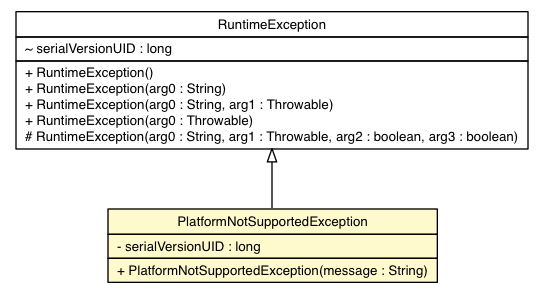
The Graphviz diagram docs/api/ev3dev/hardware/PlatformNotSupportedException.png in ev3dev-lang-java/ev3dev-lang-java, before a commit. Its source is kept beside it as docs/api/ev3dev/hardware/PlatformNotSupportedException.dot.
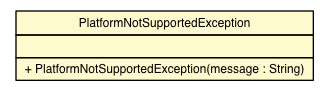
After the change.

What changed in the source:
```diff
@@ -4,31 +4,15 @@
 	node [fontname="Helvetica",fontsize=10,shape=plaintext];
 	nodesep=0.25;
 	ranksep=0.5;
-	c5591 [label=<<table title="ev3dev.hardware.PlatformNotSupportedException" border="0" cellborder="1" cellspacing="0" cellpadding="2" port="p" bgcolor="lemonChiffon" href="./PlatformNotSupportedException.html">
+	c5595 [label=<<table title="ev3dev.hardware.PlatformNotSupportedException" border="0" cellborder="1" cellspacing="0" cellpadding="2" port="p" bgcolor="lemonChiffon" href="./PlatformNotSupportedException.html">
 		<tr><td><table border="0" cellspacing="0" cellpadding="1">
 <tr><td align="center" balign="center"> PlatformNotSupportedException </td></tr>
 		</table></td></tr>
 		<tr><td><table border="0" cellspacing="0" cellpadding="1">
-<tr><td align="left" balign="left"> - serialVersionUID : long </td></tr>
+<tr><td align="left" balign="left">  </td></tr>
 		</table></td></tr>
 		<tr><td><table border="0" cellspacing="0" cellpadding="1">
 <tr><td align="left" balign="left"> + PlatformNotSupportedException(message : String) </td></tr>
 		</table></td></tr>
-		</table>>, URL="./PlatformNotSupportedException.html", fontname="Helvetica", fontcolor="black", fontsize=10.0];
-	c5667:p -> c5591:p [dir=back,arrowtail=empty];
-	c5667 [label=<<table title="java.lang.RuntimeException" border="0" cellborder="1" cellspacing="0" cellpadding="2" port="p" href="http://java.sun.com/j2se/1.4.2/docs/api/java/lang/RuntimeException.html">
-		<tr><td><table border="0" cellspacing="0" cellpadding="1">
-<tr><td align="center" balign="center"> RuntimeException </td></tr>
-		</table></td></tr>
-		<tr><td><table border="0" cellspacing="0" cellpadding="1">
-<tr><td align="left" balign="left"> ~ serialVersionUID : long </td></tr>
-		</table></td></tr>
-		<tr><td><table border="0" cellspacing="0" cellpadding="1">
-<tr><td align="left" balign="left"> + RuntimeException() </td></tr>
-<tr><td align="left" balign="left"> + RuntimeException(arg0 : String) </td></tr>
-<tr><td align="left" balign="left"> + RuntimeException(arg0 : String, arg1 : Throwable) </td></tr>
-<tr><td align="left" balign="left"> + RuntimeException(arg0 : Throwable) </td></tr>
-<tr><td align="left" balign="left"> # RuntimeException(arg0 : String, arg1 : Throwable, arg2 : boolean, arg3 : boolean) </td></tr>
-		</table></td></tr>
-		</table>>, URL="http://java.sun.com/j2se/1.4.2/docs/api/java/lang/RuntimeException.html", fontname="Helvetica", fontcolor="black", fontsize=10.0];
+		</table>>, URL="./PlatformNotSupportedException.html", fontname="Helvetica", fontcolor="black", fontsize=9.0];
 }
```
